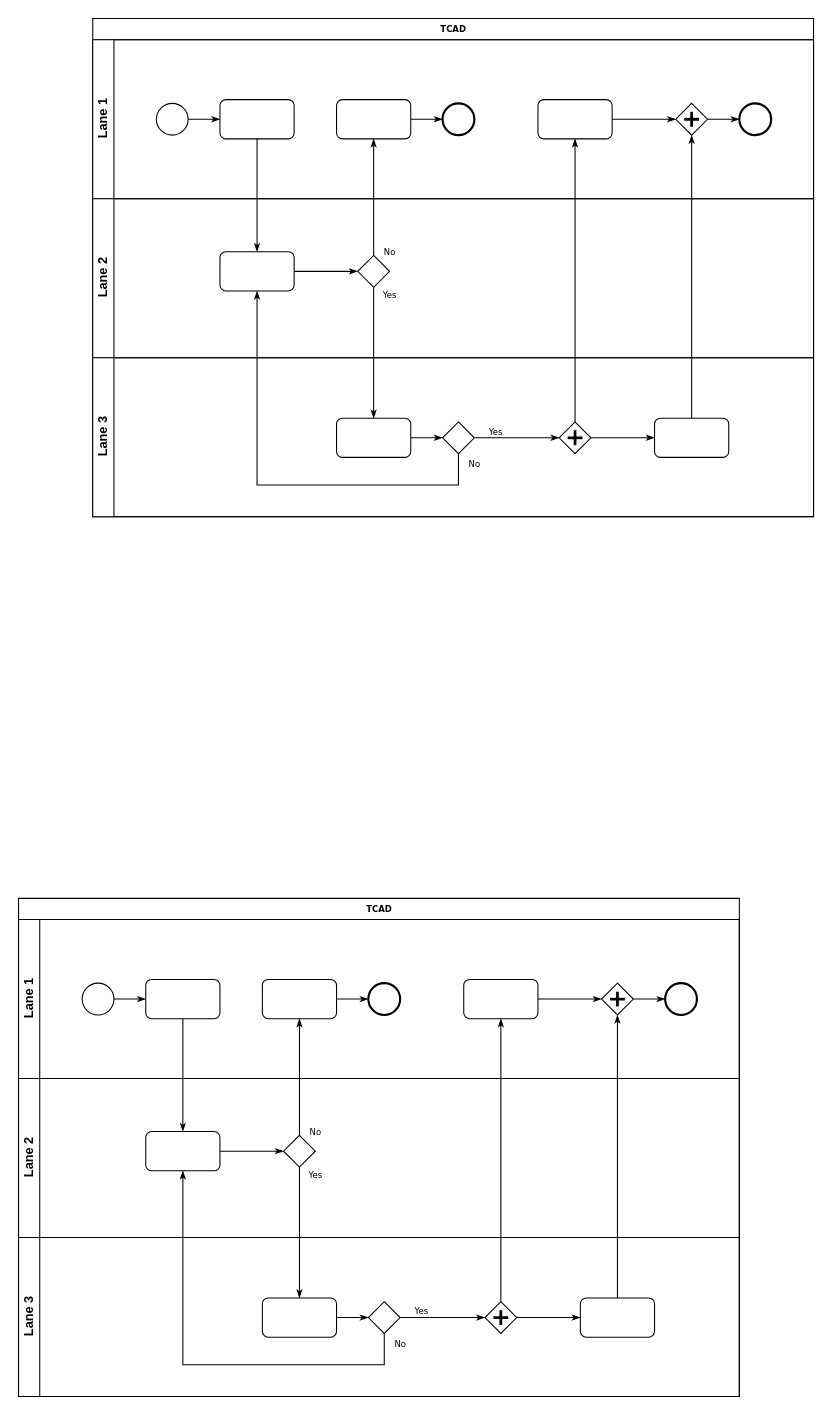
The draw.io diagram doc/cogendaFlowCharts.drawio in yezhen701/VTCAD, before the edit. Source tidied: cells renumbered, new cells numbered last; positions are measured from the earlier drawing's top-left corner, leaving out a move shared by most shapes. Both pictures are drawn from the tidied source at 106%, with x=0, y=0 at pixel (18, 18).
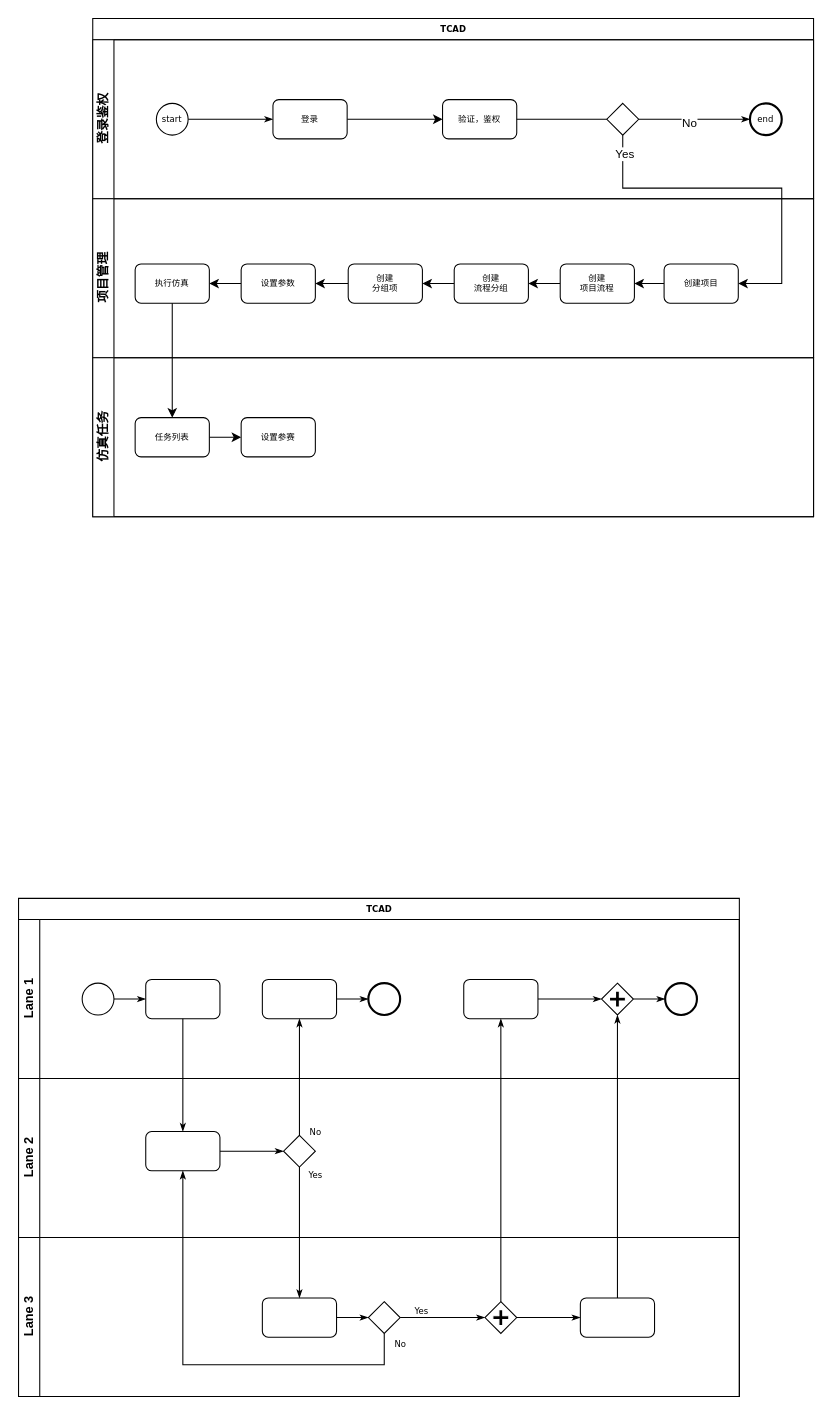
The same page after the edit.

Unchanged cells that the change refers to:
```xml
<mxCell id="2" value="TCAD" style="swimlane;html=1;horizontal=1;startSize=20;rounded=0;shadow=0;labelBackgroundColor=none;strokeWidth=1;fontFamily=Verdana;fontSize=8;align=center;" parent="1" vertex="1">
  <mxGeometry x="70" width="680" height="470" as="geometry" />
</mxCell>
```

The edit, as a diff of the source:
```diff
@@
-    <mxCell id="3" value="Lane 1" style="swimlane;html=1;startSize=20;horizontal=0;" parent="2" vertex="1">
+    <mxCell id="3" value="登录鉴权" style="swimlane;html=1;startSize=20;horizontal=0;" parent="2" vertex="1">
       <mxGeometry y="20" width="680" height="150" as="geometry" />
     </mxCell>
@@
-    <mxCell id="5" style="ellipse;whiteSpace=wrap;html=1;rounded=0;shadow=0;labelBackgroundColor=none;strokeWidth=1;fontFamily=Verdana;fontSize=8;align=center;" parent="3" vertex="1">
+    <mxCell id="5" value="start" style="ellipse;whiteSpace=wrap;html=1;rounded=0;shadow=0;labelBackgroundColor=none;strokeWidth=1;fontFamily=Verdana;fontSize=8;align=center;" parent="3" vertex="1">
       <mxGeometry x="60" y="60" width="30" height="30" as="geometry" />
     </mxCell>
+    <mxCell id="64" style="edgeStyle=orthogonalEdgeStyle;rounded=0;jettySize=auto;html=1;" parent="3" edge="1" source="6" target="8">
+      <mxGeometry relative="1" as="geometry" />
+    </mxCell>
-    <mxCell id="6" style="rounded=1;whiteSpace=wrap;html=1;shadow=0;labelBackgroundColor=none;strokeWidth=1;fontFamily=Verdana;fontSize=8;align=center;" parent="3" vertex="1">
-      <mxGeometry x="120" y="56.5" width="70" height="37" as="geometry" />
+    <mxCell id="6" value="登录" style="rounded=1;whiteSpace=wrap;html=1;shadow=0;labelBackgroundColor=none;strokeWidth=1;fontFamily=Verdana;fontSize=8;align=center;" parent="3" vertex="1">
+      <mxGeometry x="170" y="56.5" width="70" height="37" as="geometry" />
     </mxCell>
-    <mxCell id="7" style="edgeStyle=orthogonalEdgeStyle;rounded=0;html=1;labelBackgroundColor=none;startArrow=none;startFill=0;startSize=5;endArrow=classicThin;endFill=1;endSize=5;jettySize=auto;strokeWidth=1;fontFamily=Verdana;fontSize=8;" parent="3" edge="1" source="8" target="9">
+    <mxCell id="7" style="edgeStyle=orthogonalEdgeStyle;rounded=0;html=1;labelBackgroundColor=none;startArrow=none;startFill=0;startSize=5;endArrow=classicThin;endFill=1;endSize=5;jettySize=auto;strokeWidth=1;fontFamily=Verdana;fontSize=8;" parent="3" edge="1" source="66" target="9">
       <mxGeometry relative="1" as="geometry" />
     </mxCell>
+    <mxCell id="65" value="No" style="edgeLabel;html=1;align=center;verticalAlign=middle;" parent="7" vertex="1">
+      <mxGeometry x="-0.11" y="-3" relative="1" as="geometry" />
+    </mxCell>
-    <mxCell id="8" style="rounded=1;whiteSpace=wrap;html=1;shadow=0;labelBackgroundColor=none;strokeWidth=1;fontFamily=Verdana;fontSize=8;align=center;" parent="3" vertex="1">
-      <mxGeometry x="230" y="56.5" width="70" height="37" as="geometry" />
+    <mxCell id="8" value="验证，鉴权" style="rounded=1;whiteSpace=wrap;html=1;shadow=0;labelBackgroundColor=none;strokeWidth=1;fontFamily=Verdana;fontSize=8;align=center;" parent="3" vertex="1">
+      <mxGeometry x="330" y="56.5" width="70" height="37" as="geometry" />
     </mxCell>
-    <mxCell id="9" style="ellipse;whiteSpace=wrap;html=1;rounded=0;shadow=0;labelBackgroundColor=none;strokeWidth=2;fontFamily=Verdana;fontSize=8;align=center;" parent="3" vertex="1">
-      <mxGeometry x="330" y="60" width="30" height="30" as="geometry" />
+    <mxCell id="9" value="end" style="ellipse;whiteSpace=wrap;html=1;rounded=0;shadow=0;labelBackgroundColor=none;strokeWidth=2;fontFamily=Verdana;fontSize=8;align=center;" parent="3" vertex="1">
+      <mxGeometry x="620" y="60" width="30" height="30" as="geometry" />
     </mxCell>
-    <mxCell id="10" style="edgeStyle=orthogonalEdgeStyle;rounded=0;html=1;entryX=0;entryY=0.5;labelBackgroundColor=none;startArrow=none;startFill=0;startSize=5;endArrow=classicThin;endFill=1;endSize=5;jettySize=auto;strokeWidth=1;fontFamily=Verdana;fontSize=8;" parent="3" edge="1" source="11" target="13">
-      <mxGeometry relative="1" as="geometry" />
-    </mxCell>
-    <mxCell id="11" style="rounded=1;whiteSpace=wrap;html=1;shadow=0;labelBackgroundColor=none;strokeWidth=1;fontFamily=Verdana;fontSize=8;align=center;" parent="3" vertex="1">
-      <mxGeometry x="420" y="56.5" width="70" height="37" as="geometry" />
-    </mxCell>
-    <mxCell id="12" style="edgeStyle=orthogonalEdgeStyle;rounded=0;html=1;labelBackgroundColor=none;startArrow=none;startFill=0;startSize=5;endArrow=classicThin;endFill=1;endSize=5;jettySize=auto;strokeWidth=1;fontFamily=Verdana;fontSize=8;" parent="3" edge="1" source="13" target="14">
-      <mxGeometry relative="1" as="geometry" />
-    </mxCell>
-    <mxCell id="13" style="shape=mxgraph.bpmn.shape;html=1;verticalLabelPosition=bottom;labelBackgroundColor=#ffffff;verticalAlign=top;perimeter=rhombusPerimeter;background=gateway;outline=none;symbol=parallelGw;rounded=1;shadow=0;strokeWidth=1;fontFamily=Verdana;fontSize=8;align=center;" parent="3" vertex="1">
-      <mxGeometry x="550" y="60" width="30" height="30" as="geometry" />
-    </mxCell>
-    <mxCell id="14" style="ellipse;whiteSpace=wrap;html=1;rounded=0;shadow=0;labelBackgroundColor=none;strokeWidth=2;fontFamily=Verdana;fontSize=8;align=center;" parent="3" vertex="1">
-      <mxGeometry x="610" y="60" width="30" height="30" as="geometry" />
-    </mxCell>
+    <mxCell id="66" style="strokeWidth=1;html=1;shape=mxgraph.flowchart.decision;whiteSpace=wrap;rounded=1;shadow=0;labelBackgroundColor=none;fontFamily=Verdana;fontSize=8;align=center;" parent="3" vertex="1">
+      <mxGeometry x="485" y="60" width="30" height="30" as="geometry" />
+    </mxCell>
+    <mxCell id="67" style="edgeStyle=orthogonalEdgeStyle;rounded=0;html=1;labelBackgroundColor=none;startArrow=none;startFill=0;startSize=5;endArrow=none;endFill=1;endSize=5;jettySize=auto;strokeWidth=1;fontFamily=Verdana;fontSize=8;" parent="3" edge="1" source="8" target="66">
+      <mxGeometry relative="1" as="geometry" />
+    </mxCell>
-    <mxCell id="15" value="Lane 2" style="swimlane;html=1;startSize=20;horizontal=0;" parent="2" vertex="1">
+    <mxCell id="15" value="项目管理" style="swimlane;html=1;startSize=20;horizontal=0;" parent="2" vertex="1">
       <mxGeometry y="170" width="680" height="150" as="geometry" />
     </mxCell>
-    <mxCell id="16" style="edgeStyle=orthogonalEdgeStyle;rounded=0;html=1;labelBackgroundColor=none;startArrow=none;startFill=0;startSize=5;endArrow=classicThin;endFill=1;endSize=5;jettySize=auto;strokeWidth=1;fontFamily=Verdana;fontSize=8;" parent="15" edge="1" source="17" target="18">
-      <mxGeometry relative="1" as="geometry" />
-    </mxCell>
-    <mxCell id="17" style="rounded=1;whiteSpace=wrap;html=1;shadow=0;labelBackgroundColor=none;strokeWidth=1;fontFamily=Verdana;fontSize=8;align=center;" parent="15" vertex="1">
-      <mxGeometry x="120" y="50" width="70" height="37" as="geometry" />
-    </mxCell>
-    <mxCell id="18" style="strokeWidth=1;html=1;shape=mxgraph.flowchart.decision;whiteSpace=wrap;rounded=1;shadow=0;labelBackgroundColor=none;fontFamily=Verdana;fontSize=8;align=center;" parent="15" vertex="1">
-      <mxGeometry x="250" y="53.5" width="30" height="30" as="geometry" />
-    </mxCell>
+    <mxCell id="68" style="edgeStyle=orthogonalEdgeStyle;rounded=0;jettySize=auto;html=1;" parent="15" edge="1" source="69" target="71">
+      <mxGeometry relative="1" as="geometry" />
+    </mxCell>
+    <mxCell id="69" value="创建项目" style="rounded=1;whiteSpace=wrap;html=1;shadow=0;labelBackgroundColor=none;strokeWidth=1;fontFamily=Verdana;fontSize=8;align=center;" parent="15" vertex="1">
+      <mxGeometry x="539" y="61.5" width="70" height="37" as="geometry" />
+    </mxCell>
+    <mxCell id="70" style="edgeStyle=orthogonalEdgeStyle;rounded=0;jettySize=auto;html=1;" parent="15" edge="1" source="71" target="73">
+      <mxGeometry relative="1" as="geometry" />
+    </mxCell>
+    <mxCell id="71" value="创建&lt;br&gt;项目流程" style="rounded=1;whiteSpace=wrap;html=1;shadow=0;labelBackgroundColor=none;strokeWidth=1;fontFamily=Verdana;fontSize=8;align=center;" parent="15" vertex="1">
+      <mxGeometry x="441" y="61.5" width="70" height="37" as="geometry" />
+    </mxCell>
+    <mxCell id="72" style="edgeStyle=orthogonalEdgeStyle;rounded=0;jettySize=auto;html=1;" parent="15" edge="1" source="73" target="75">
+      <mxGeometry relative="1" as="geometry" />
+    </mxCell>
+    <mxCell id="73" value="创建&lt;br&gt;流程分组" style="rounded=1;whiteSpace=wrap;html=1;shadow=0;labelBackgroundColor=none;strokeWidth=1;fontFamily=Verdana;fontSize=8;align=center;" parent="15" vertex="1">
+      <mxGeometry x="341" y="61.5" width="70" height="37" as="geometry" />
+    </mxCell>
+    <mxCell id="74" style="edgeStyle=orthogonalEdgeStyle;rounded=0;jettySize=auto;html=1;" parent="15" edge="1" source="75" target="77">
+      <mxGeometry relative="1" as="geometry" />
+    </mxCell>
+    <mxCell id="75" value="创建&lt;br&gt;分组项" style="rounded=1;whiteSpace=wrap;html=1;shadow=0;labelBackgroundColor=none;strokeWidth=1;fontFamily=Verdana;fontSize=8;align=center;" parent="15" vertex="1">
+      <mxGeometry x="241" y="61.5" width="70" height="37" as="geometry" />
+    </mxCell>
+    <mxCell id="76" style="edgeStyle=orthogonalEdgeStyle;rounded=0;jettySize=auto;html=1;" parent="15" edge="1" source="77" target="78">
+      <mxGeometry relative="1" as="geometry" />
+    </mxCell>
+    <mxCell id="77" value="设置参数" style="rounded=1;whiteSpace=wrap;html=1;shadow=0;labelBackgroundColor=none;strokeWidth=1;fontFamily=Verdana;fontSize=8;align=center;" parent="15" vertex="1">
+      <mxGeometry x="140" y="61.5" width="70" height="37" as="geometry" />
+    </mxCell>
+    <mxCell id="78" value="执行仿真" style="rounded=1;whiteSpace=wrap;html=1;shadow=0;labelBackgroundColor=none;strokeWidth=1;fontFamily=Verdana;fontSize=8;align=center;" parent="15" vertex="1">
+      <mxGeometry x="40" y="61.5" width="70" height="37" as="geometry" />
+    </mxCell>
+    <mxCell id="79" style="endArrow=classic;html=1;rounded=0;exitX=0.5;exitY=1;exitDx=0;exitDy=0;exitPerimeter=0;entryX=1;entryY=0.5;entryDx=0;entryDy=0;" parent="2" edge="1" source="66" target="69">
+      <mxGeometry relative="1" as="geometry">
+        <Array as="points">
+          <mxPoint x="500" y="160" />
+          <mxPoint x="650" y="160" />
+          <mxPoint x="650" y="250" />
+        </Array>
+      </mxGeometry>
+    </mxCell>
+    <mxCell id="80" value="Yes" style="edgeLabel;html=1;align=center;verticalAlign=middle;" parent="79" vertex="1">
+      <mxGeometry x="-0.9" y="1" relative="1" as="geometry" />
+    </mxCell>
+    <mxCell id="81" style="endArrow=classic;html=1;rounded=0;exitX=0.5;exitY=1;exitDx=0;exitDy=0;entryX=0.5;entryY=0;entryDx=0;entryDy=0;" parent="2" edge="1" source="78" target="83">
+      <mxGeometry relative="1" as="geometry" />
+    </mxCell>
-    <mxCell id="19" value="Lane 3" style="swimlane;html=1;startSize=20;horizontal=0;" parent="2" vertex="1">
+    <mxCell id="19" value="仿真任务" style="swimlane;html=1;startSize=20;horizontal=0;" parent="2" vertex="1">
       <mxGeometry y="320" width="680" height="150" as="geometry" />
     </mxCell>
-    <mxCell id="20" style="edgeStyle=orthogonalEdgeStyle;rounded=0;html=1;labelBackgroundColor=none;startArrow=none;startFill=0;startSize=5;endArrow=classicThin;endFill=1;endSize=5;jettySize=auto;strokeWidth=1;fontFamily=Verdana;fontSize=8;" parent="19" edge="1" source="21" target="23">
-      <mxGeometry relative="1" as="geometry" />
-    </mxCell>
-    <mxCell id="21" style="rounded=1;whiteSpace=wrap;html=1;shadow=0;labelBackgroundColor=none;strokeWidth=1;fontFamily=Verdana;fontSize=8;align=center;" parent="19" vertex="1">
-      <mxGeometry x="230" y="57" width="70" height="37" as="geometry" />
-    </mxCell>
-    <mxCell id="22" value="Yes" style="edgeStyle=orthogonalEdgeStyle;rounded=0;html=1;entryX=0;entryY=0.5;labelBackgroundColor=none;startArrow=none;startFill=0;startSize=5;endArrow=classicThin;endFill=1;endSize=5;jettySize=auto;strokeWidth=1;fontFamily=Verdana;fontSize=8;" parent="19" edge="1" source="23" target="25">
-      <mxGeometry x="-0.5" y="6" relative="1" as="geometry" />
-    </mxCell>
-    <mxCell id="23" style="strokeWidth=1;html=1;shape=mxgraph.flowchart.decision;whiteSpace=wrap;rounded=1;shadow=0;labelBackgroundColor=none;fontFamily=Verdana;fontSize=8;align=center;" parent="19" vertex="1">
-      <mxGeometry x="330" y="60.5" width="30" height="30" as="geometry" />
-    </mxCell>
-    <mxCell id="24" style="edgeStyle=orthogonalEdgeStyle;rounded=0;html=1;labelBackgroundColor=none;startArrow=none;startFill=0;startSize=5;endArrow=classicThin;endFill=1;endSize=5;jettySize=auto;strokeColor=#000000;strokeWidth=1;fontFamily=Verdana;fontSize=8;fontColor=#000000;" parent="19" edge="1" source="25" target="26">
-      <mxGeometry relative="1" as="geometry" />
-    </mxCell>
-    <mxCell id="25" style="shape=mxgraph.bpmn.shape;html=1;verticalLabelPosition=bottom;labelBackgroundColor=#ffffff;verticalAlign=top;perimeter=rhombusPerimeter;background=gateway;outline=none;symbol=parallelGw;rounded=1;shadow=0;strokeWidth=1;fontFamily=Verdana;fontSize=8;align=center;" parent="19" vertex="1">
-      <mxGeometry x="440" y="60.5" width="30" height="30" as="geometry" />
-    </mxCell>
-    <mxCell id="26" style="rounded=1;whiteSpace=wrap;html=1;shadow=0;labelBackgroundColor=none;strokeWidth=1;fontFamily=Verdana;fontSize=8;align=center;" parent="19" vertex="1">
-      <mxGeometry x="530" y="57" width="70" height="37" as="geometry" />
-    </mxCell>
-    <mxCell id="27" style="edgeStyle=orthogonalEdgeStyle;rounded=0;html=1;labelBackgroundColor=none;startArrow=none;startFill=0;startSize=5;endArrow=classicThin;endFill=1;endSize=5;jettySize=auto;strokeWidth=1;fontFamily=Verdana;fontSize=8;" parent="2" edge="1" source="6" target="17">
-      <mxGeometry relative="1" as="geometry" />
-    </mxCell>
-    <mxCell id="28" value="No" style="edgeStyle=orthogonalEdgeStyle;rounded=0;html=1;labelBackgroundColor=none;startArrow=none;startFill=0;startSize=5;endArrow=classicThin;endFill=1;endSize=5;jettySize=auto;strokeWidth=1;fontFamily=Verdana;fontSize=8;" parent="2" edge="1" source="18" target="8">
-      <mxGeometry x="-0.94" y="-15" relative="1" as="geometry" />
-    </mxCell>
-    <mxCell id="29" value="Yes" style="edgeStyle=orthogonalEdgeStyle;rounded=0;html=1;labelBackgroundColor=none;startArrow=none;startFill=0;startSize=5;endArrow=classicThin;endFill=1;endSize=5;jettySize=auto;strokeWidth=1;fontFamily=Verdana;fontSize=8;" parent="2" edge="1" source="18" target="21">
-      <mxGeometry x="-0.89" y="15" relative="1" as="geometry" />
-    </mxCell>
-    <mxCell id="30" style="edgeStyle=orthogonalEdgeStyle;rounded=0;html=1;entryX=0.5;entryY=1;labelBackgroundColor=none;startArrow=none;startFill=0;startSize=5;endArrow=classicThin;endFill=1;endSize=5;jettySize=auto;strokeWidth=1;fontFamily=Verdana;fontSize=8;" parent="2" edge="1" source="26" target="13">
-      <mxGeometry relative="1" as="geometry" />
-    </mxCell>
-    <mxCell id="31" value="No" style="edgeStyle=orthogonalEdgeStyle;rounded=0;html=1;labelBackgroundColor=none;startArrow=none;startFill=0;startSize=5;endArrow=classicThin;endFill=1;endSize=5;jettySize=auto;strokeWidth=1;fontFamily=Verdana;fontSize=8;" parent="2" edge="1" source="23" target="17">
-      <mxGeometry x="-0.95" y="15" relative="1" as="geometry">
-        <Array as="points">
-          <mxPoint x="345" y="440" />
-          <mxPoint x="155" y="440" />
-        </Array>
-      </mxGeometry>
-    </mxCell>
-    <mxCell id="32" style="edgeStyle=orthogonalEdgeStyle;rounded=0;html=1;labelBackgroundColor=none;startArrow=none;startFill=0;startSize=5;endArrow=classicThin;endFill=1;endSize=5;jettySize=auto;strokeWidth=1;fontFamily=Verdana;fontSize=8;" parent="2" edge="1" source="25" target="11">
-      <mxGeometry relative="1" as="geometry" />
-    </mxCell>
+    <mxCell id="82" style="edgeStyle=orthogonalEdgeStyle;rounded=0;jettySize=auto;html=1;" parent="19" edge="1" source="83" target="84">
+      <mxGeometry relative="1" as="geometry" />
+    </mxCell>
+    <mxCell id="83" value="任务列表" style="rounded=1;whiteSpace=wrap;html=1;shadow=0;labelBackgroundColor=none;strokeWidth=1;fontFamily=Verdana;fontSize=8;align=center;" parent="19" vertex="1">
+      <mxGeometry x="40" y="56.5" width="70" height="37" as="geometry" />
+    </mxCell>
+    <mxCell id="84" value="设置参赛" style="rounded=1;whiteSpace=wrap;html=1;shadow=0;labelBackgroundColor=none;strokeWidth=1;fontFamily=Verdana;fontSize=8;align=center;" parent="19" vertex="1">
+      <mxGeometry x="140" y="56.5" width="70" height="37" as="geometry" />
+    </mxCell>
```
